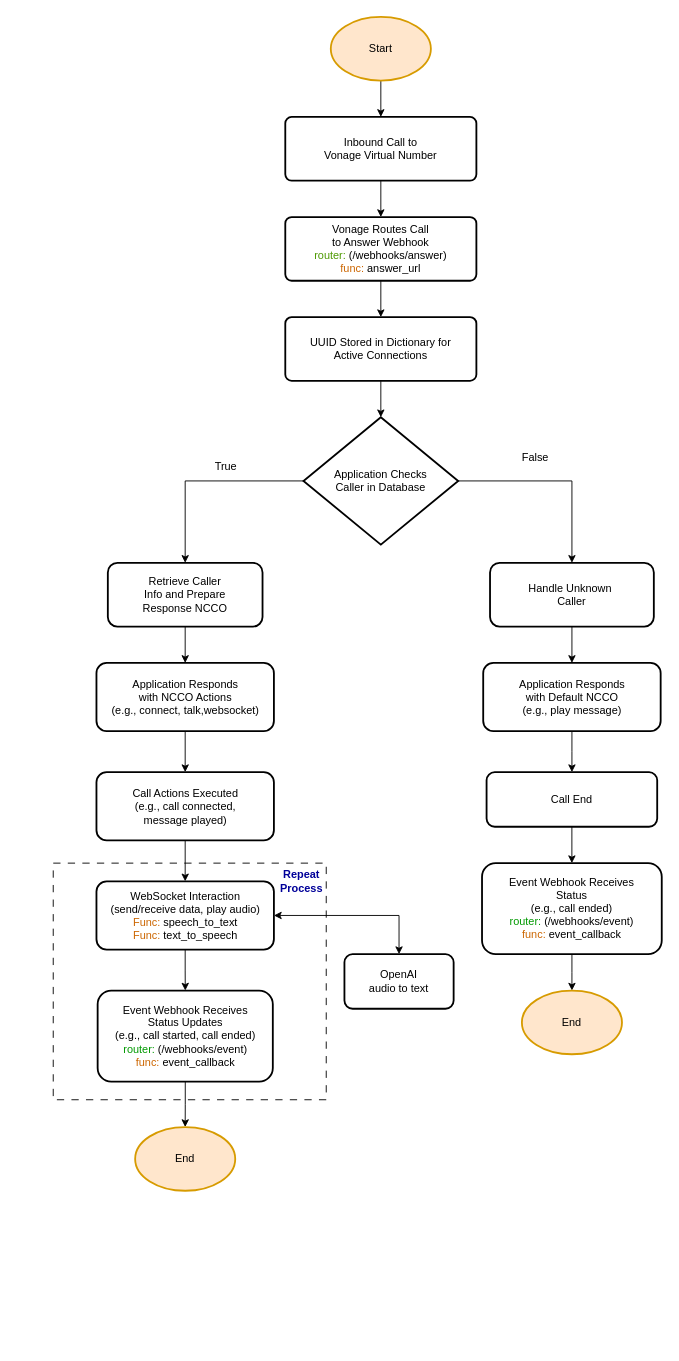
Above: flowchart.drawio in vishwanath231/flask_socketio_app (draw.io), before the change. Source tidied: cells renumbered, new cells numbered last; positions are measured from the earlier drawing's top-left corner, leaving out a move shared by most shapes. Both pictures are drawn from the tidied source at 91%, with x=0, y=0 at pixel (53, 16).
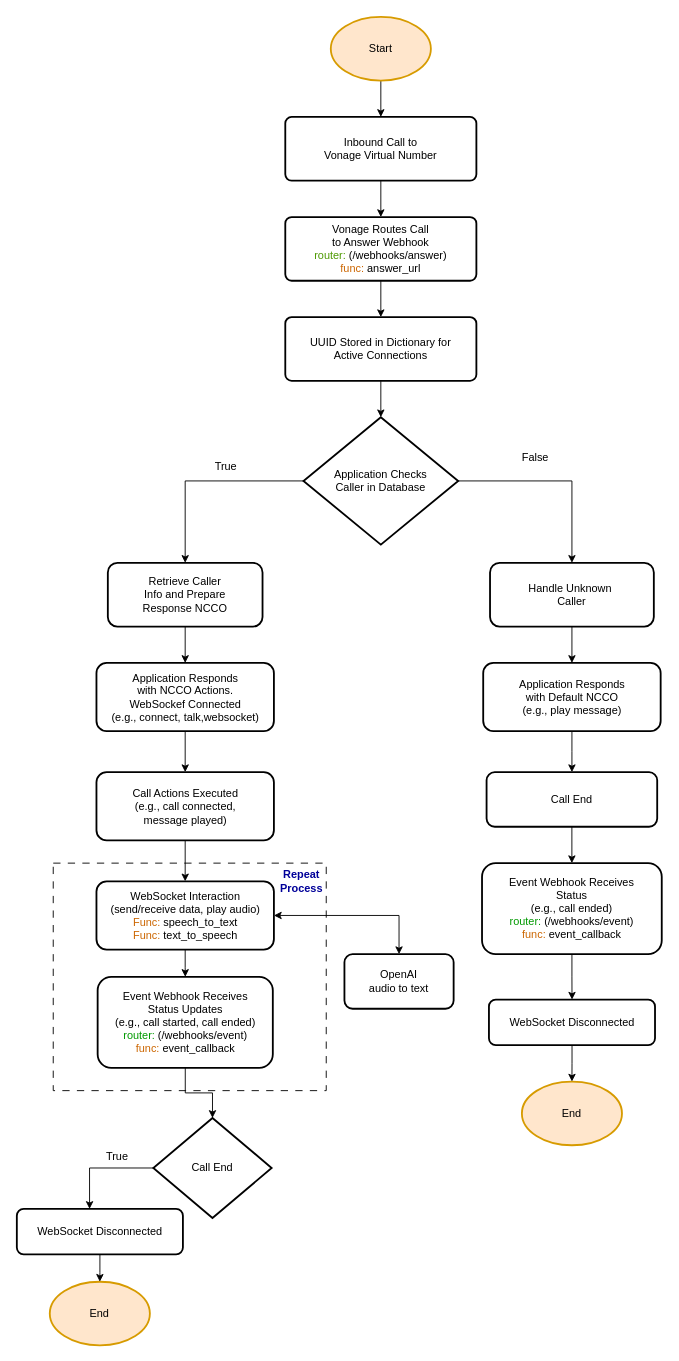
After the change.

The change refers to these unchanged cells:
```xml
<mxCell id="29" value="Event Webhook Receives&lt;br&gt;Status&lt;br&gt;(e.g., call ended)&lt;br&gt;&lt;font color=&quot;#009900&quot;&gt;router:&lt;/font&gt; (/webhooks/event)&lt;br&gt;&lt;font color=&quot;#cc6600&quot;&gt;func:&lt;/font&gt; event_callback" style="whiteSpace=wrap;html=1;rounded=1;strokeWidth=2;" parent="1" vertex="1">
  <mxGeometry x="471.2" y="930" width="197.5" height="100" as="geometry" />
</mxCell>
```

Diff of the diagram source:
```diff
@@
-    <mxCell id="20" value="Application Responds&#10;with NCCO Actions&#10;(e.g., connect, talk,websocket)" style="whiteSpace=wrap;html=1;rounded=1;strokeWidth=2;" parent="1" vertex="1">
+    <mxCell id="20" value="Application Responds&lt;br&gt;with NCCO Actions.&lt;div&gt;WebSockef Connected&lt;br&gt;(e.g., connect, talk,websocket)&lt;/div&gt;" style="whiteSpace=wrap;html=1;rounded=1;strokeWidth=2;" parent="1" vertex="1">
       <mxGeometry x="47.5" y="710" width="195" height="75" as="geometry" />
     </mxCell>
@@
-    <mxCell id="28" style="edgeStyle=orthogonalEdgeStyle;rounded=0;jettySize=auto;html=1;" parent="1" edge="1" source="29" target="31">
-      <mxGeometry relative="1" as="geometry" />
-    </mxCell>
+    <mxCell id="41" style="edgeStyle=orthogonalEdgeStyle;rounded=0;jettySize=auto;html=1;" parent="1" edge="1" source="29" target="46">
+      <mxGeometry relative="1" as="geometry" />
+    </mxCell>
@@
     <mxCell id="30" style="verticalLabelPosition=bottom;verticalAlign=top;html=1;shape=mxgraph.basic.rect;fillColor2=none;strokeWidth=1;size=120;indent=100;dashed=1;dashPattern=8 8;" parent="1" vertex="1">
-      <mxGeometry y="930" width="300" height="260" as="geometry" />
+      <mxGeometry y="930" width="300" height="250" as="geometry" />
     </mxCell>
     <mxCell id="31" value="End" style="strokeWidth=2;html=1;shape=mxgraph.flowchart.start_1;whiteSpace=wrap;fillColor=#ffe6cc;strokeColor=#d79b00;" parent="1" vertex="1">
-      <mxGeometry x="515" y="1070" width="110" height="70" as="geometry" />
+      <mxGeometry x="515" y="1170" width="110" height="70" as="geometry" />
     </mxCell>
@@
-    <mxCell id="35" style="edgeStyle=orthogonalEdgeStyle;rounded=0;jettySize=auto;html=1;" parent="1" edge="1" source="36" target="37">
-      <mxGeometry relative="1" as="geometry" />
-    </mxCell>
+    <mxCell id="42" style="edgeStyle=orthogonalEdgeStyle;rounded=0;jettySize=auto;html=1;" parent="1" edge="1" source="36" target="47">
+      <mxGeometry relative="1" as="geometry" />
+    </mxCell>
     <mxCell id="36" value="&lt;div&gt;Event Webhook Receives&lt;/div&gt;&lt;div&gt;Status Updates&lt;/div&gt;&lt;div&gt;(e.g., call started, call ended)&lt;/div&gt;&lt;div&gt;&lt;font color=&quot;#009900&quot;&gt;router:&lt;/font&gt; (/webhooks/event)&lt;/div&gt;&lt;div&gt;&lt;font color=&quot;#cc6600&quot;&gt;func:&lt;/font&gt; event_callback&lt;/div&gt;" style="whiteSpace=wrap;html=1;rounded=1;strokeWidth=2;" parent="1" vertex="1">
-      <mxGeometry x="48.8" y="1070" width="192.5" height="100" as="geometry" />
+      <mxGeometry x="48.8" y="1055" width="192.5" height="100" as="geometry" />
     </mxCell>
     <mxCell id="37" value="End" style="strokeWidth=2;html=1;shape=mxgraph.flowchart.start_1;whiteSpace=wrap;fillColor=#ffe6cc;strokeColor=#d79b00;" parent="1" vertex="1">
-      <mxGeometry x="90" y="1220" width="110" height="70" as="geometry" />
+      <mxGeometry x="-3.8" y="1390" width="110" height="70" as="geometry" />
     </mxCell>
@@
+    <mxCell id="43" style="edgeStyle=orthogonalEdgeStyle;rounded=0;jettySize=auto;html=1;" parent="1" edge="1" source="44" target="37">
+      <mxGeometry relative="1" as="geometry" />
+    </mxCell>
+    <mxCell id="44" value="WebSocket Disconnected" style="whiteSpace=wrap;html=1;rounded=1;strokeWidth=2;" parent="1" vertex="1">
+      <mxGeometry x="-40" y="1310" width="182.5" height="50" as="geometry" />
+    </mxCell>
+    <mxCell id="45" style="edgeStyle=orthogonalEdgeStyle;rounded=0;jettySize=auto;html=1;" parent="1" edge="1" source="46" target="31">
+      <mxGeometry relative="1" as="geometry" />
+    </mxCell>
+    <mxCell id="46" value="WebSocket Disconnected" style="whiteSpace=wrap;html=1;rounded=1;strokeWidth=2;" parent="1" vertex="1">
+      <mxGeometry x="478.8" y="1080" width="182.5" height="50" as="geometry" />
+    </mxCell>
+    <mxCell id="47" value="Call End" style="strokeWidth=2;html=1;shape=mxgraph.flowchart.decision;whiteSpace=wrap;" parent="1" vertex="1">
+      <mxGeometry x="110" y="1210" width="130" height="110" as="geometry" />
+    </mxCell>
+    <mxCell id="48" style="edgeStyle=orthogonalEdgeStyle;rounded=0;jettySize=auto;html=1;entryX=0.438;entryY=0;entryDx=0;entryDy=0;entryPerimeter=0;exitX=0;exitY=0.5;exitDx=0;exitDy=0;exitPerimeter=0;" parent="1" edge="1" source="47" target="44">
+      <mxGeometry relative="1" as="geometry" />
+    </mxCell>
+    <mxCell id="49" value="True" style="text;html=1;align=center;verticalAlign=middle;strokeColor=none;fillColor=none;" parent="1" vertex="1">
+      <mxGeometry x="45" y="1238" width="50" height="30" as="geometry" />
+    </mxCell>
```
